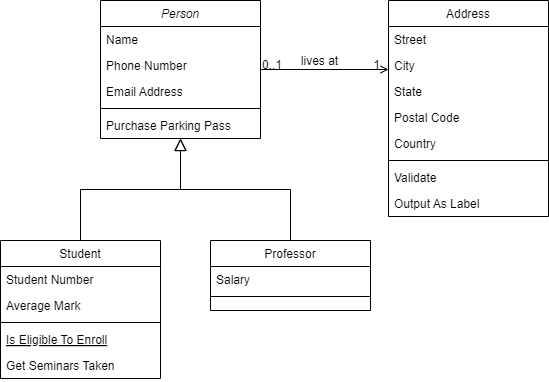
The draw.io diagram 未命名绘图.drawio.png in xutengx/drawio, before a commit. Source tidied: cells renumbered, new cells last; positions are measured from the earlier drawing's top-left corner, leaving out a move shared by most shapes.
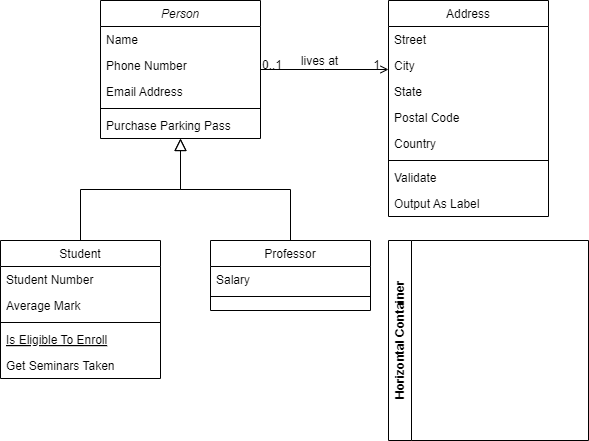
The same diagram one commit later.

Commit message:
更新未命名绘图.drawio.png

Change to the diagram source:
```diff
@@ -100,5 +100,8 @@
         <mxPoint x="-38" y="40" as="offset" />
       </mxGeometry>
     </mxCell>
+    <mxCell id="32" value="Horizontal Container" style="swimlane;horizontal=0;whiteSpace=wrap;html=1;" parent="1" vertex="1">
+      <mxGeometry x="388" y="240" width="200" height="200" as="geometry" />
+    </mxCell>
   </root>
 </mxGraphModel>
```
